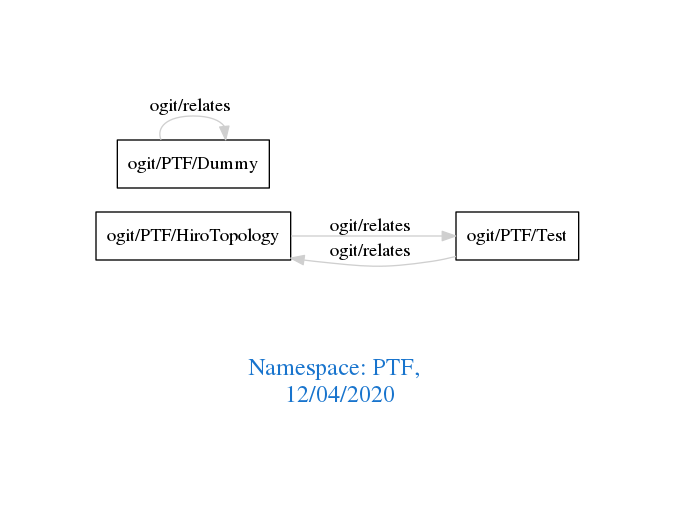
Above: downloads/PTF.png in arago/OGIT (Graphviz), before the change. Its source is kept beside it as downloads/PTF.dot.
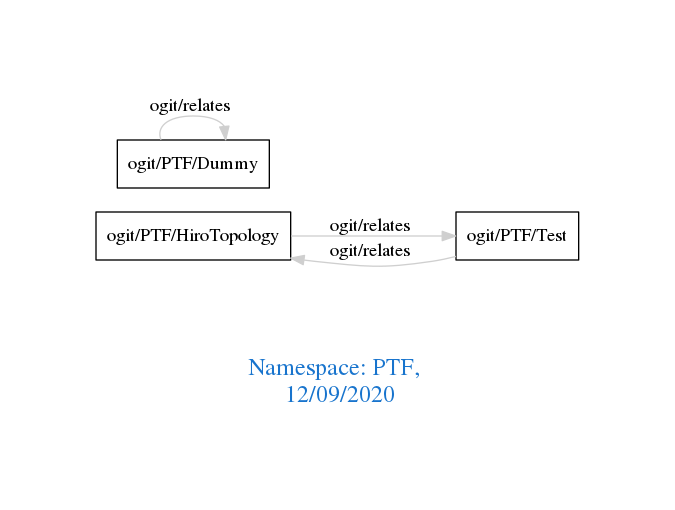
Above is the later version.

The edit, as a diff of the source:
```diff
@@ -1,7 +1,7 @@
 digraph OGIT_ontology {
  graph [ rankdir= LR,pad=1
 fontsize = 18,
-fontcolor= dodgerblue3,label = "\n\n\nNamespace: PTF, \n 12/04/2020"];
+fontcolor= dodgerblue3,label = "\n\n\nNamespace: PTF, \n 12/09/2020"];
 node[shape=polygon];
 edge [  color="gray81"];
 
```
